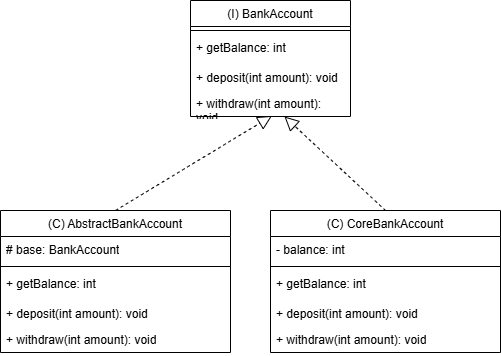
Before: pps-lab01b-es1.png, a diagram exported from draw.io (MHS-20/pps-lab01b). Source tidied: cells renumbered, new cells last; positions are measured from the earlier drawing's top-left corner, leaving out a move shared by most shapes.
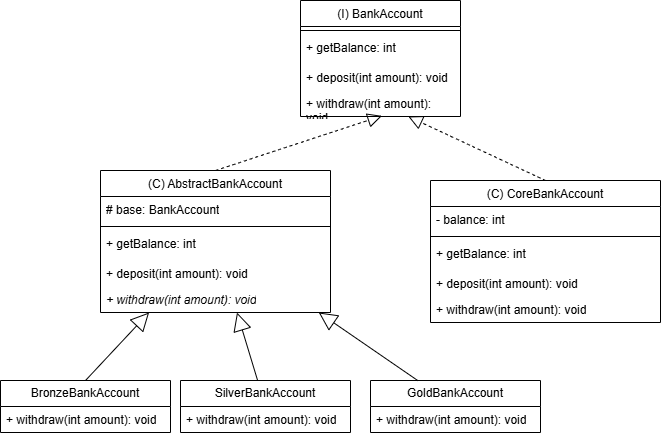
After the commit.

The edit, as a diff of the source:
```diff
@@ -24,7 +24,7 @@
       <mxGeometry y="90" width="160" height="26" as="geometry" />
     </mxCell>
     <mxCell id="9" value="&lt;span style=&quot;font-weight: 400;&quot;&gt;(C) CoreBankAccount&lt;/span&gt;" style="swimlane;fontStyle=1;align=center;verticalAlign=top;horizontal=1;startSize=26;whiteSpace=wrap;html=1;" parent="1" vertex="1">
-      <mxGeometry x="270" y="210" width="230" height="142" as="geometry" />
+      <mxGeometry x="320" y="180" width="230" height="142" as="geometry" />
     </mxCell>
     <mxCell id="10" value="- balance: int" style="text;strokeColor=none;fillColor=none;align=left;verticalAlign=top;spacingLeft=4;spacingRight=4;overflow=hidden;whiteSpace=wrap;html=1;" parent="9" vertex="1">
       <mxGeometry y="26" width="230" height="26" as="geometry" />
@@ -42,7 +42,7 @@
       <mxGeometry y="116" width="230" height="26" as="geometry" />
     </mxCell>
     <mxCell id="15" value="&lt;span style=&quot;font-weight: 400;&quot;&gt;(C) AbstractBankAccount&lt;/span&gt;" style="swimlane;fontStyle=1;align=center;verticalAlign=top;horizontal=1;startSize=26;whiteSpace=wrap;html=1;" parent="1" vertex="1">
-      <mxGeometry y="210" width="230" height="142" as="geometry" />
+      <mxGeometry x="-10" y="170" width="230" height="142" as="geometry" />
     </mxCell>
     <mxCell id="16" value="# base:&amp;nbsp;BankAccount" style="text;strokeColor=none;fillColor=none;align=left;verticalAlign=top;spacingLeft=4;spacingRight=4;overflow=hidden;whiteSpace=wrap;html=1;" parent="15" vertex="1">
       <mxGeometry y="26" width="230" height="26" as="geometry" />
@@ -56,8 +56,35 @@
     <mxCell id="19" value="+&amp;nbsp;deposit(int amount): void" style="text;strokeColor=none;fillColor=none;align=left;verticalAlign=top;spacingLeft=4;spacingRight=4;overflow=hidden;whiteSpace=wrap;html=1;" parent="15" vertex="1">
       <mxGeometry y="90" width="230" height="26" as="geometry" />
     </mxCell>
-    <mxCell id="20" value="+ withdraw(int amount): void" style="text;strokeColor=none;fillColor=none;align=left;verticalAlign=top;spacingLeft=4;spacingRight=4;overflow=hidden;whiteSpace=wrap;html=1;" parent="15" vertex="1">
+    <mxCell id="20" value="&lt;i&gt;+ withdraw(int amount): void&lt;/i&gt;" style="text;strokeColor=none;fillColor=none;align=left;verticalAlign=top;spacingLeft=4;spacingRight=4;overflow=hidden;whiteSpace=wrap;html=1;" parent="15" vertex="1">
       <mxGeometry y="116" width="230" height="26" as="geometry" />
     </mxCell>
+    <mxCell id="21" value="BronzeBankAccount" style="swimlane;fontStyle=0;horizontal=1;startSize=26;fillColor=none;whiteSpace=wrap;html=1;" parent="1" vertex="1">
+      <mxGeometry x="-110" y="380" width="170" height="52" as="geometry" />
+    </mxCell>
+    <mxCell id="22" value="+ withdraw(int amount): void" style="text;strokeColor=none;fillColor=none;align=left;verticalAlign=top;spacingLeft=4;spacingRight=4;overflow=hidden;whiteSpace=wrap;html=1;" parent="21" vertex="1">
+      <mxGeometry y="26" width="170" height="26" as="geometry" />
+    </mxCell>
+    <mxCell id="23" value="SilverBankAccount" style="swimlane;fontStyle=0;horizontal=1;startSize=26;fillColor=none;whiteSpace=wrap;html=1;" parent="1" vertex="1">
+      <mxGeometry x="70" y="380" width="170" height="52" as="geometry" />
+    </mxCell>
+    <mxCell id="24" value="+ withdraw(int amount): void" style="text;strokeColor=none;fillColor=none;align=left;verticalAlign=top;spacingLeft=4;spacingRight=4;overflow=hidden;whiteSpace=wrap;html=1;" parent="23" vertex="1">
+      <mxGeometry y="26" width="170" height="26" as="geometry" />
+    </mxCell>
+    <mxCell id="25" value="GoldBankAccount" style="swimlane;fontStyle=0;horizontal=1;startSize=26;fillColor=none;whiteSpace=wrap;html=1;" parent="1" vertex="1">
+      <mxGeometry x="260" y="380" width="170" height="52" as="geometry" />
+    </mxCell>
+    <mxCell id="26" value="+ withdraw(int amount): void" style="text;strokeColor=none;fillColor=none;align=left;verticalAlign=top;spacingLeft=4;spacingRight=4;overflow=hidden;whiteSpace=wrap;html=1;" parent="25" vertex="1">
+      <mxGeometry y="26" width="170" height="26" as="geometry" />
+    </mxCell>
+    <mxCell id="27" style="endArrow=block;endSize=16;endFill=0;html=1;rounded=0;fontSize=12;curved=1;exitX=0.5;exitY=0;exitDx=0;exitDy=0;" parent="1" edge="1" source="21" target="15">
+      <mxGeometry relative="1" as="geometry" />
+    </mxCell>
+    <mxCell id="28" style="endArrow=block;endSize=16;endFill=0;html=1;rounded=0;fontSize=12;curved=1;" parent="1" edge="1" source="23" target="15">
+      <mxGeometry relative="1" as="geometry" />
+    </mxCell>
+    <mxCell id="29" style="endArrow=block;endSize=16;endFill=0;html=1;rounded=0;fontSize=12;curved=1;" parent="1" edge="1" source="25" target="15">
+      <mxGeometry relative="1" as="geometry" />
+    </mxCell>
   </root>
 </mxGraphModel>
```
